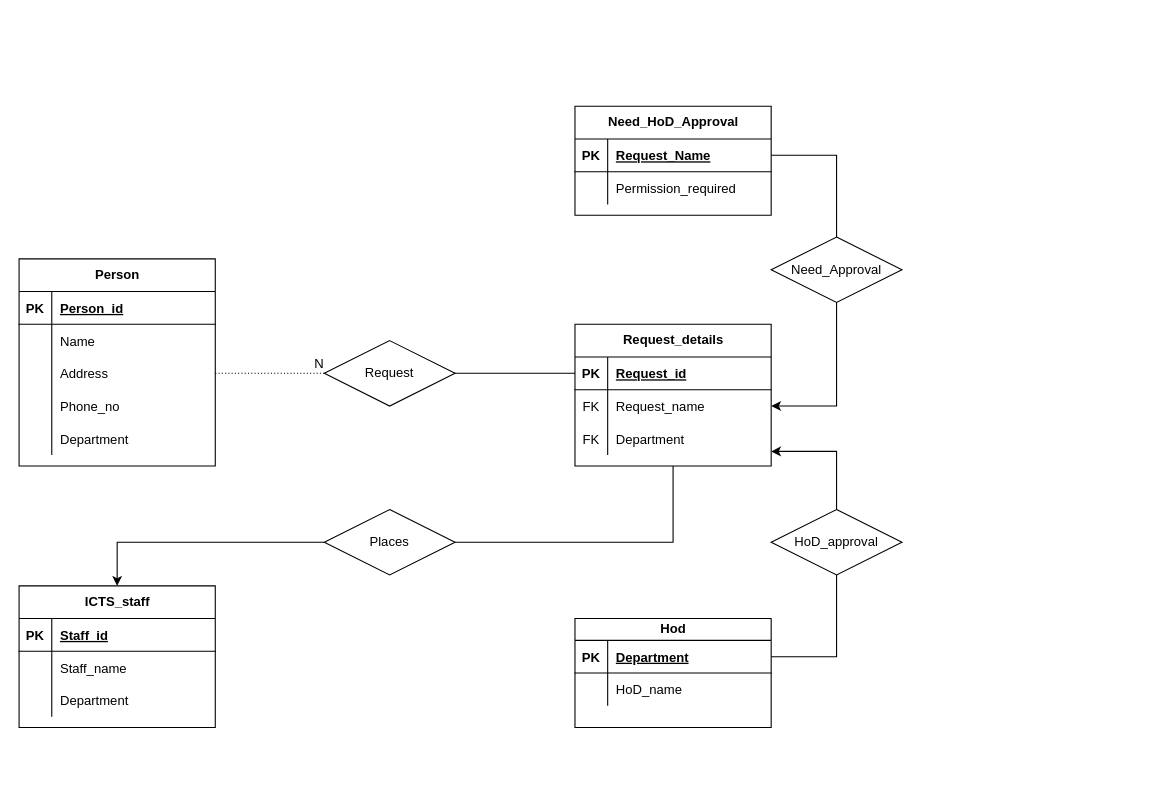
The draw.io diagram Untitled Diagram.drawio in ibhargav7/AWOC, before the edit. Source tidied: cells renumbered, new cells numbered last; positions are measured from the earlier drawing's top-left corner, leaving out a move shared by most shapes. Both pictures are drawn from the tidied source at 109%, with x=0, y=0 at pixel (19, 106).
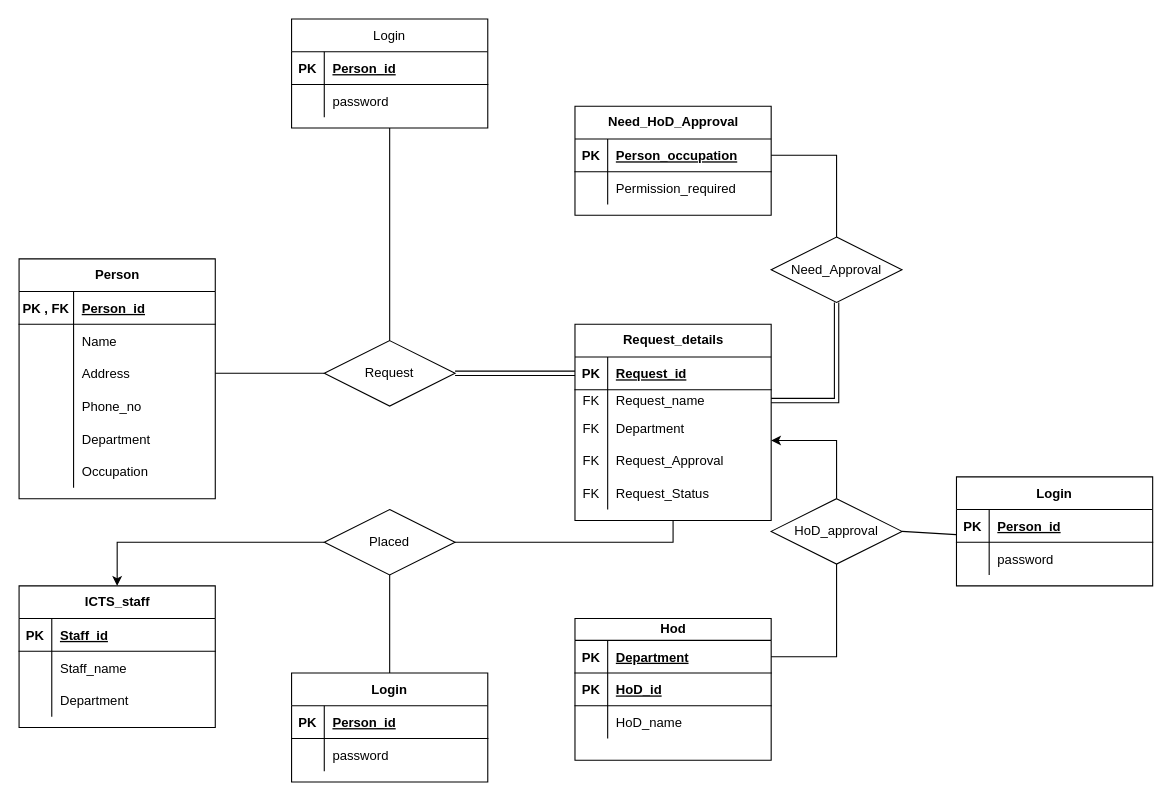
After the change.

Unchanged cells that the change refers to:
```xml
<mxCell id="3" style="shape=partialRectangle;fillColor=none;top=0;left=0;bottom=1;right=0;" parent="2" vertex="1">
  <mxGeometry y="30" width="180" height="30" as="geometry" />
</mxCell>
<mxCell id="6" style="shape=partialRectangle;fillColor=none;top=0;left=0;bottom=0;right=0;" parent="2" vertex="1">
  <mxGeometry y="60" width="180" height="30" as="geometry" />
</mxCell>
<mxCell id="9" style="shape=partialRectangle;fillColor=none;top=0;left=0;bottom=0;right=0;points=[[0,0.5],[1,0.5]];portConstraint=eastwest;" parent="2" vertex="1">
  <mxGeometry y="90" width="180" height="30" as="geometry" />
</mxCell>
<mxCell id="12" style="shape=partialRectangle;fillColor=none;top=0;left=0;bottom=0;right=0;" parent="2" vertex="1">
  <mxGeometry y="120" width="180" height="30" as="geometry" />
</mxCell>
<mxCell id="15" style="shape=partialRectangle;fillColor=none;top=0;left=0;bottom=0;right=0;" parent="2" vertex="1">
  <mxGeometry y="150" width="180" height="30" as="geometry" />
</mxCell>
<mxCell id="19" style="shape=partialRectangle;fillColor=none;top=0;left=0;bottom=1;right=0;points=[[0,0.5],[1,0.5]];portConstraint=eastwest;" parent="18" vertex="1">
  <mxGeometry y="30" width="180" height="30" as="geometry" />
</mxCell>
<mxCell id="29" style="shape=partialRectangle;fillColor=none;top=0;left=0;bottom=1;right=0;points=[[0,0.5],[1,0.5]];portConstraint=eastwest;" parent="28" vertex="1">
  <mxGeometry y="30" width="180" height="30" as="geometry" />
</mxCell>
<mxCell id="52" value="Request" style="shape=rhombus;perimeter=rhombusPerimeter;whiteSpace=wrap;html=1;align=center;" parent="1" vertex="1">
  <mxGeometry x="280" y="215" width="120" height="60" as="geometry" />
</mxCell>
<mxCell id="58" value="Need_Approval" style="shape=rhombus;perimeter=rhombusPerimeter;whiteSpace=wrap;html=1;align=center;" parent="1" vertex="1">
  <mxGeometry x="690" y="120" width="120" height="60" as="geometry" />
</mxCell>
```

The edit, as a diff of the source:
```diff
@@
     <mxCell id="2" value="Person" style="shape=table;startSize=30;childLayout=tableLayout;rowLines=0;fontStyle=1;align=center;html=1;" parent="1" vertex="1">
-      <mxGeometry y="140" width="180" height="190" as="geometry" />
+      <mxGeometry y="140" width="180" height="220" as="geometry" />
     </mxCell>
@@
-    <mxCell id="4" value="PK" style="shape=partialRectangle;fillColor=none;top=0;left=0;bottom=0;right=0;fontStyle=1;overflow=hidden;" parent="3" vertex="1">
-      <mxGeometry width="30" height="30" as="geometry" />
+    <mxCell id="4" value="PK , FK" style="shape=partialRectangle;fillColor=none;top=0;left=0;bottom=0;right=0;fontStyle=1;overflow=hidden;" parent="3" vertex="1">
+      <mxGeometry width="50" height="30" as="geometry" />
     </mxCell>
     <mxCell id="5" value="Person_id" style="shape=partialRectangle;fillColor=none;top=0;left=0;bottom=0;right=0;align=left;spacingLeft=6;fontStyle=5;overflow=hidden;" parent="3" vertex="1">
-      <mxGeometry x="30" width="150" height="30" as="geometry" />
+      <mxGeometry x="50" width="130" height="30" as="geometry" />
     </mxCell>
@@
     <mxCell id="7" style="shape=partialRectangle;fillColor=none;top=0;left=0;bottom=0;right=0;overflow=hidden;" parent="6" vertex="1">
-      <mxGeometry width="30" height="30" as="geometry" />
+      <mxGeometry width="50" height="30" as="geometry" />
     </mxCell>
     <mxCell id="8" value="Name" style="shape=partialRectangle;fillColor=none;top=0;left=0;bottom=0;right=0;align=left;spacingLeft=6;overflow=hidden;" parent="6" vertex="1">
-      <mxGeometry x="30" width="150" height="30" as="geometry" />
+      <mxGeometry x="50" width="130" height="30" as="geometry" />
     </mxCell>
@@
     <mxCell id="10" style="shape=partialRectangle;fillColor=none;top=0;left=0;bottom=0;right=0;overflow=hidden;" parent="9" vertex="1">
-      <mxGeometry width="30" height="30" as="geometry" />
+      <mxGeometry width="50" height="30" as="geometry" />
     </mxCell>
     <mxCell id="11" value="Address" style="shape=partialRectangle;fillColor=none;top=0;left=0;bottom=0;right=0;align=left;spacingLeft=6;overflow=hidden;" parent="9" vertex="1">
-      <mxGeometry x="30" width="150" height="30" as="geometry" />
+      <mxGeometry x="50" width="130" height="30" as="geometry" />
     </mxCell>
@@
     <mxCell id="13" style="shape=partialRectangle;fillColor=none;top=0;left=0;bottom=0;right=0;overflow=hidden;" parent="12" vertex="1">
-      <mxGeometry width="30" height="30" as="geometry" />
+      <mxGeometry width="50" height="30" as="geometry" />
     </mxCell>
     <mxCell id="14" value="Phone_no" style="shape=partialRectangle;fillColor=none;top=0;left=0;bottom=0;right=0;align=left;spacingLeft=6;overflow=hidden;" parent="12" vertex="1">
-      <mxGeometry x="30" width="150" height="30" as="geometry" />
+      <mxGeometry x="50" width="130" height="30" as="geometry" />
     </mxCell>
@@
     <mxCell id="16" style="shape=partialRectangle;fillColor=none;top=0;left=0;bottom=0;right=0;overflow=hidden;" parent="15" vertex="1">
-      <mxGeometry width="30" height="30" as="geometry" />
+      <mxGeometry width="50" height="30" as="geometry" />
     </mxCell>
     <mxCell id="17" value="Department" style="shape=partialRectangle;fillColor=none;top=0;left=0;bottom=0;right=0;align=left;spacingLeft=6;overflow=hidden;" parent="15" vertex="1">
-      <mxGeometry x="30" width="150" height="30" as="geometry" />
+      <mxGeometry x="50" width="130" height="30" as="geometry" />
     </mxCell>
+    <mxCell id="65" style="shape=partialRectangle;fillColor=none;top=0;left=0;bottom=0;right=0;" parent="2" vertex="1">
+      <mxGeometry y="180" width="180" height="30" as="geometry" />
+    </mxCell>
+    <mxCell id="66" style="shape=partialRectangle;fillColor=none;top=0;left=0;bottom=0;right=0;overflow=hidden;" parent="65" vertex="1">
+      <mxGeometry width="50" height="30" as="geometry" />
+    </mxCell>
+    <mxCell id="67" value="Occupation" style="shape=partialRectangle;fillColor=none;top=0;left=0;bottom=0;right=0;align=left;spacingLeft=6;overflow=hidden;" parent="65" vertex="1">
+      <mxGeometry x="50" width="130" height="30" as="geometry" />
+    </mxCell>
     <mxCell id="18" value="Request_details" style="shape=table;startSize=30;childLayout=tableLayout;rowLines=0;fontStyle=1;align=center;html=1;" parent="1" vertex="1">
-      <mxGeometry x="510" y="200" width="180" height="130" as="geometry" />
+      <mxGeometry x="510" y="200" width="180" height="180" as="geometry" />
     </mxCell>
@@
     <mxCell id="22" style="shape=partialRectangle;fillColor=none;top=0;left=0;bottom=0;right=0;points=[[0,0.5],[1,0.5]];portConstraint=eastwest;" parent="18" vertex="1">
-      <mxGeometry y="60" width="180" height="30" as="geometry" />
+      <mxGeometry y="60" width="180" height="20" as="geometry" />
     </mxCell>
     <mxCell id="23" value="FK" style="shape=partialRectangle;fillColor=none;top=0;left=0;bottom=0;right=0;overflow=hidden;" parent="22" vertex="1">
-      <mxGeometry width="30" height="30" as="geometry" />
+      <mxGeometry width="30" height="20" as="geometry" />
     </mxCell>
     <mxCell id="24" value="Request_name" style="shape=partialRectangle;fillColor=none;top=0;left=0;bottom=0;right=0;align=left;spacingLeft=6;overflow=hidden;" parent="22" vertex="1">
-      <mxGeometry x="30" width="150" height="30" as="geometry" />
+      <mxGeometry x="30" width="150" height="20" as="geometry" />
     </mxCell>
     <mxCell id="25" style="shape=partialRectangle;fillColor=none;top=0;left=0;bottom=0;right=0;points=[[0,0.5],[1,0.5]];portConstraint=eastwest;" parent="18" vertex="1">
-      <mxGeometry y="90" width="180" height="30" as="geometry" />
+      <mxGeometry y="80" width="180" height="30" as="geometry" />
     </mxCell>
@@
+    <mxCell id="68" style="shape=partialRectangle;fillColor=none;top=0;left=0;bottom=0;right=0;" parent="18" vertex="1">
+      <mxGeometry y="110" width="180" height="30" as="geometry" />
+    </mxCell>
+    <mxCell id="69" value="FK" style="shape=partialRectangle;fillColor=none;top=0;left=0;bottom=0;right=0;overflow=hidden;" parent="68" vertex="1">
+      <mxGeometry width="30" height="30" as="geometry" />
+    </mxCell>
+    <mxCell id="70" value="Request_Approval" style="shape=partialRectangle;fillColor=none;top=0;left=0;bottom=0;right=0;align=left;spacingLeft=6;overflow=hidden;" parent="68" vertex="1">
+      <mxGeometry x="30" width="150" height="30" as="geometry" />
+    </mxCell>
+    <mxCell id="71" style="shape=partialRectangle;fillColor=none;top=0;left=0;bottom=0;right=0;" parent="18" vertex="1">
+      <mxGeometry y="140" width="180" height="30" as="geometry" />
+    </mxCell>
+    <mxCell id="72" value="FK" style="shape=partialRectangle;fillColor=none;top=0;left=0;bottom=0;right=0;overflow=hidden;" parent="71" vertex="1">
+      <mxGeometry width="30" height="30" as="geometry" />
+    </mxCell>
+    <mxCell id="73" value="Request_Status" style="shape=partialRectangle;fillColor=none;top=0;left=0;bottom=0;right=0;align=left;spacingLeft=6;overflow=hidden;" parent="71" vertex="1">
+      <mxGeometry x="30" width="150" height="30" as="geometry" />
+    </mxCell>
@@
-    <mxCell id="31" value="Request_Name" style="shape=partialRectangle;fillColor=none;top=0;left=0;bottom=0;right=0;align=left;spacingLeft=6;fontStyle=5;overflow=hidden;" parent="29" vertex="1">
+    <mxCell id="31" value="Person_occupation" style="shape=partialRectangle;fillColor=none;top=0;left=0;bottom=0;right=0;align=left;spacingLeft=6;fontStyle=5;overflow=hidden;" parent="29" vertex="1">
       <mxGeometry x="30" width="150" height="30" as="geometry" />
     </mxCell>
@@
     <mxCell id="35" value="Hod" style="shape=table;startSize=20;childLayout=tableLayout;rowLines=0;fontStyle=1;align=center;html=1;" parent="1" vertex="1">
-      <mxGeometry x="510" y="470" width="180" height="100" as="geometry" />
+      <mxGeometry x="510" y="470" width="180" height="130" as="geometry" />
     </mxCell>
@@
-    <mxCell id="39" style="shape=partialRectangle;fillColor=none;top=0;left=0;bottom=0;right=0;" parent="35" vertex="1">
-      <mxGeometry y="50" width="180" height="30" as="geometry" />
-    </mxCell>
-    <mxCell id="40" style="shape=partialRectangle;fillColor=none;top=0;left=0;bottom=0;right=0;overflow=hidden;" parent="39" vertex="1">
-      <mxGeometry width="30" height="30" as="geometry" />
-    </mxCell>
+    <mxCell id="74" style="shape=partialRectangle;fillColor=none;top=0;left=0;bottom=1;right=0;" parent="35" vertex="1">
+      <mxGeometry y="50" width="180" height="30" as="geometry" />
+    </mxCell>
+    <mxCell id="75" value="PK" style="shape=partialRectangle;fillColor=none;top=0;left=0;bottom=0;right=0;fontStyle=1;overflow=hidden;" parent="74" vertex="1">
+      <mxGeometry width="30" height="30" as="geometry" />
+    </mxCell>
+    <mxCell id="76" value="HoD_id" style="shape=partialRectangle;fillColor=none;top=0;left=0;bottom=0;right=0;align=left;spacingLeft=6;fontStyle=5;overflow=hidden;" parent="74" vertex="1">
+      <mxGeometry x="30" width="150" height="30" as="geometry" />
+    </mxCell>
+    <mxCell id="77" style="shape=partialRectangle;fillColor=none;top=0;left=0;bottom=0;right=0;" parent="35" vertex="1">
+      <mxGeometry y="80" width="180" height="30" as="geometry" />
+    </mxCell>
+    <mxCell id="78" style="shape=partialRectangle;fillColor=none;top=0;left=0;bottom=0;right=0;overflow=hidden;" parent="77" vertex="1">
+      <mxGeometry width="30" height="30" as="geometry" />
+    </mxCell>
-    <mxCell id="41" value="HoD_name" style="shape=partialRectangle;fillColor=none;top=0;left=0;bottom=0;right=0;align=left;spacingLeft=6;overflow=hidden;" parent="39" vertex="1">
+    <mxCell id="41" value="HoD_name" style="shape=partialRectangle;fillColor=none;top=0;left=0;bottom=0;right=0;align=left;spacingLeft=6;overflow=hidden;" parent="77" vertex="1">
       <mxGeometry x="30" width="150" height="30" as="geometry" />
     </mxCell>
@@
+    <mxCell id="61" style="edgeStyle=orthogonalEdgeStyle;shape=link;rounded=0;jettySize=auto;html=1;entryX=0;entryY=0.5;entryDx=0;entryDy=0;exitX=1;exitY=0.5;exitDx=0;exitDy=0;" parent="1" edge="1" source="52" target="19">
+      <mxGeometry relative="1" as="geometry" />
+    </mxCell>
@@
-    <mxCell id="54" value="HoD_approval" style="shape=rhombus;perimeter=rhombusPerimeter;whiteSpace=wrap;html=1;align=center;" parent="1" vertex="1">
-      <mxGeometry x="690" y="370" width="120" height="60" as="geometry" />
+    <mxCell id="54" value="HoD_approval" style="shape=rhombus;perimeter=rhombusPerimeter;whiteSpace=wrap;html=1;align=center;perimeterSpacing=0;" parent="1" vertex="1">
+      <mxGeometry x="690" y="360" width="120" height="60" as="geometry" />
     </mxCell>
@@
-    <mxCell id="56" value="Places" style="shape=rhombus;perimeter=rhombusPerimeter;whiteSpace=wrap;html=1;align=center;" parent="1" vertex="1">
+    <mxCell id="56" value="Placed" style="shape=rhombus;perimeter=rhombusPerimeter;whiteSpace=wrap;html=1;align=center;" parent="1" vertex="1">
       <mxGeometry x="280" y="370" width="120" height="60" as="geometry" />
     </mxCell>
-    <mxCell id="57" style="edgeStyle=orthogonalEdgeStyle;rounded=0;jettySize=auto;html=1;entryX=1;entryY=0.5;entryDx=0;entryDy=0;" parent="1" edge="1" source="58" target="22">
+    <mxCell id="57" style="edgeStyle=orthogonalEdgeStyle;shape=link;rounded=0;jettySize=auto;html=1;entryX=1;entryY=0.5;entryDx=0;entryDy=0;" parent="1" edge="1" source="58" target="22">
       <mxGeometry relative="1" as="geometry" />
     </mxCell>
@@
-    <mxCell id="59" style="endArrow=none;html=1;rounded=0;dashed=1;dashPattern=1 2;entryX=0;entryY=0.5;entryDx=0;entryDy=0;exitX=1;exitY=0.5;exitDx=0;exitDy=0;" parent="1" edge="1" source="9" target="52">
-      <mxGeometry relative="1" as="geometry">
-        <Array as="points">
-          <mxPoint x="220" y="245" />
-        </Array>
-      </mxGeometry>
-    </mxCell>
-    <mxCell id="60" value="N" style="html=1;align=right;verticalAlign=bottom;" parent="59" vertex="1">
-      <mxGeometry x="1" relative="1" as="geometry" />
-    </mxCell>
-    <mxCell id="61" style="endArrow=none;html=1;rounded=0;exitX=1;exitY=0.5;exitDx=0;exitDy=0;entryX=0;entryY=0.5;entryDx=0;entryDy=0;" parent="1" edge="1" source="52" target="19">
-      <mxGeometry relative="1" as="geometry" />
-    </mxCell>
@@
+    <mxCell id="79" value="Login" style="shape=table;startSize=30;childLayout=tableLayout;rowLines=0;fontStyle=0;align=center;" parent="1" vertex="1">
+      <mxGeometry x="250" y="-80" width="180" height="100" as="geometry" />
+    </mxCell>
+    <mxCell id="80" style="shape=partialRectangle;fillColor=none;top=0;left=0;bottom=1;right=0;" parent="79" vertex="1">
+      <mxGeometry y="30" width="180" height="30" as="geometry" />
+    </mxCell>
+    <mxCell id="81" value="PK" style="shape=partialRectangle;fillColor=none;top=0;left=0;bottom=0;right=0;fontStyle=1;overflow=hidden;" parent="80" vertex="1">
+      <mxGeometry width="30" height="30" as="geometry" />
+    </mxCell>
+    <mxCell id="82" value="Person_id" style="shape=partialRectangle;fillColor=none;top=0;left=0;bottom=0;right=0;align=left;spacingLeft=6;fontStyle=5;overflow=hidden;" parent="80" vertex="1">
+      <mxGeometry x="30" width="150" height="30" as="geometry" />
+    </mxCell>
+    <mxCell id="83" style="shape=partialRectangle;fillColor=none;top=0;left=0;bottom=0;right=0;" parent="79" vertex="1">
+      <mxGeometry y="60" width="180" height="30" as="geometry" />
+    </mxCell>
+    <mxCell id="84" style="shape=partialRectangle;fillColor=none;top=0;left=0;bottom=0;right=0;overflow=hidden;" parent="83" vertex="1">
+      <mxGeometry width="30" height="30" as="geometry" />
+    </mxCell>
+    <mxCell id="85" value="password" style="shape=partialRectangle;fillColor=none;top=0;left=0;bottom=0;right=0;align=left;spacingLeft=6;overflow=hidden;" parent="83" vertex="1">
+      <mxGeometry x="30" width="150" height="30" as="geometry" />
+    </mxCell>
+    <mxCell id="86" style="endArrow=none;html=1;rounded=0;exitX=0.5;exitY=1;exitDx=0;exitDy=0;entryX=0.5;entryY=0;entryDx=0;entryDy=0;" parent="1" edge="1" source="79" target="52">
+      <mxGeometry relative="1" as="geometry" />
+    </mxCell>
+    <mxCell id="87" value="Login" style="shape=table;startSize=30;childLayout=tableLayout;rowLines=0;fontStyle=1;align=center;" parent="1" vertex="1">
+      <mxGeometry x="860" y="340" width="180" height="100" as="geometry" />
+    </mxCell>
+    <mxCell id="88" style="shape=partialRectangle;fillColor=none;top=0;left=0;bottom=1;right=0;points=[[0,0.5],[1,0.5]];portConstraint=eastwest;" parent="87" vertex="1">
+      <mxGeometry y="30" width="180" height="30" as="geometry" />
+    </mxCell>
+    <mxCell id="89" value="PK" style="shape=partialRectangle;fillColor=none;top=0;left=0;bottom=0;right=0;fontStyle=1;overflow=hidden;" parent="88" vertex="1">
+      <mxGeometry width="30" height="30" as="geometry" />
+    </mxCell>
+    <mxCell id="90" value="Person_id" style="shape=partialRectangle;fillColor=none;top=0;left=0;bottom=0;right=0;align=left;spacingLeft=6;fontStyle=5;overflow=hidden;" parent="88" vertex="1">
+      <mxGeometry x="30" width="150" height="30" as="geometry" />
+    </mxCell>
+    <mxCell id="91" style="shape=partialRectangle;fillColor=none;top=0;left=0;bottom=0;right=0;" parent="87" vertex="1">
+      <mxGeometry y="60" width="180" height="30" as="geometry" />
+    </mxCell>
+    <mxCell id="92" style="shape=partialRectangle;fillColor=none;top=0;left=0;bottom=0;right=0;overflow=hidden;" parent="91" vertex="1">
+      <mxGeometry width="30" height="30" as="geometry" />
+    </mxCell>
+    <mxCell id="93" value="password" style="shape=partialRectangle;fillColor=none;top=0;left=0;bottom=0;right=0;align=left;spacingLeft=6;overflow=hidden;" parent="91" vertex="1">
+      <mxGeometry x="30" width="150" height="30" as="geometry" />
+    </mxCell>
+    <mxCell id="94" value="Login" style="shape=table;startSize=30;childLayout=tableLayout;rowLines=0;fontStyle=1;align=center;" parent="1" vertex="1">
+      <mxGeometry x="250" y="520" width="180" height="100" as="geometry" />
+    </mxCell>
+    <mxCell id="95" style="shape=partialRectangle;fillColor=none;top=0;left=0;bottom=1;right=0;" parent="94" vertex="1">
+      <mxGeometry y="30" width="180" height="30" as="geometry" />
+    </mxCell>
+    <mxCell id="96" value="PK" style="shape=partialRectangle;fillColor=none;top=0;left=0;bottom=0;right=0;fontStyle=1;overflow=hidden;" parent="95" vertex="1">
+      <mxGeometry width="30" height="30" as="geometry" />
+    </mxCell>
+    <mxCell id="97" value="Person_id" style="shape=partialRectangle;fillColor=none;top=0;left=0;bottom=0;right=0;align=left;spacingLeft=6;fontStyle=5;overflow=hidden;" parent="95" vertex="1">
+      <mxGeometry x="30" width="150" height="30" as="geometry" />
+    </mxCell>
+    <mxCell id="98" style="shape=partialRectangle;fillColor=none;top=0;left=0;bottom=0;right=0;" parent="94" vertex="1">
+      <mxGeometry y="60" width="180" height="30" as="geometry" />
+    </mxCell>
+    <mxCell id="99" style="shape=partialRectangle;fillColor=none;top=0;left=0;bottom=0;right=0;overflow=hidden;" parent="98" vertex="1">
+      <mxGeometry width="30" height="30" as="geometry" />
+    </mxCell>
+    <mxCell id="100" value="password" style="shape=partialRectangle;fillColor=none;top=0;left=0;bottom=0;right=0;align=left;spacingLeft=6;overflow=hidden;" parent="98" vertex="1">
+      <mxGeometry x="30" width="150" height="30" as="geometry" />
+    </mxCell>
+    <mxCell id="101" style="endArrow=none;html=1;rounded=0;entryX=-0.002;entryY=0.767;entryDx=0;entryDy=0;exitX=1;exitY=0.5;exitDx=0;exitDy=0;entryPerimeter=0;" parent="1" edge="1" source="54" target="88">
+      <mxGeometry relative="1" as="geometry" />
+    </mxCell>
+    <mxCell id="102" style="endArrow=none;html=1;rounded=0;exitX=0.5;exitY=1;exitDx=0;exitDy=0;entryX=0.5;entryY=0;entryDx=0;entryDy=0;" parent="1" edge="1" source="56" target="94">
+      <mxGeometry relative="1" as="geometry" />
+    </mxCell>
+    <mxCell id="59" style="endArrow=none;html=1;exitX=1;exitY=0.5;exitDx=0;exitDy=0;entryX=0;entryY=0.5;entryDx=0;entryDy=0;" parent="1" edge="1" source="9" target="52">
+      <mxGeometry relative="1" as="geometry" />
+    </mxCell>
```
